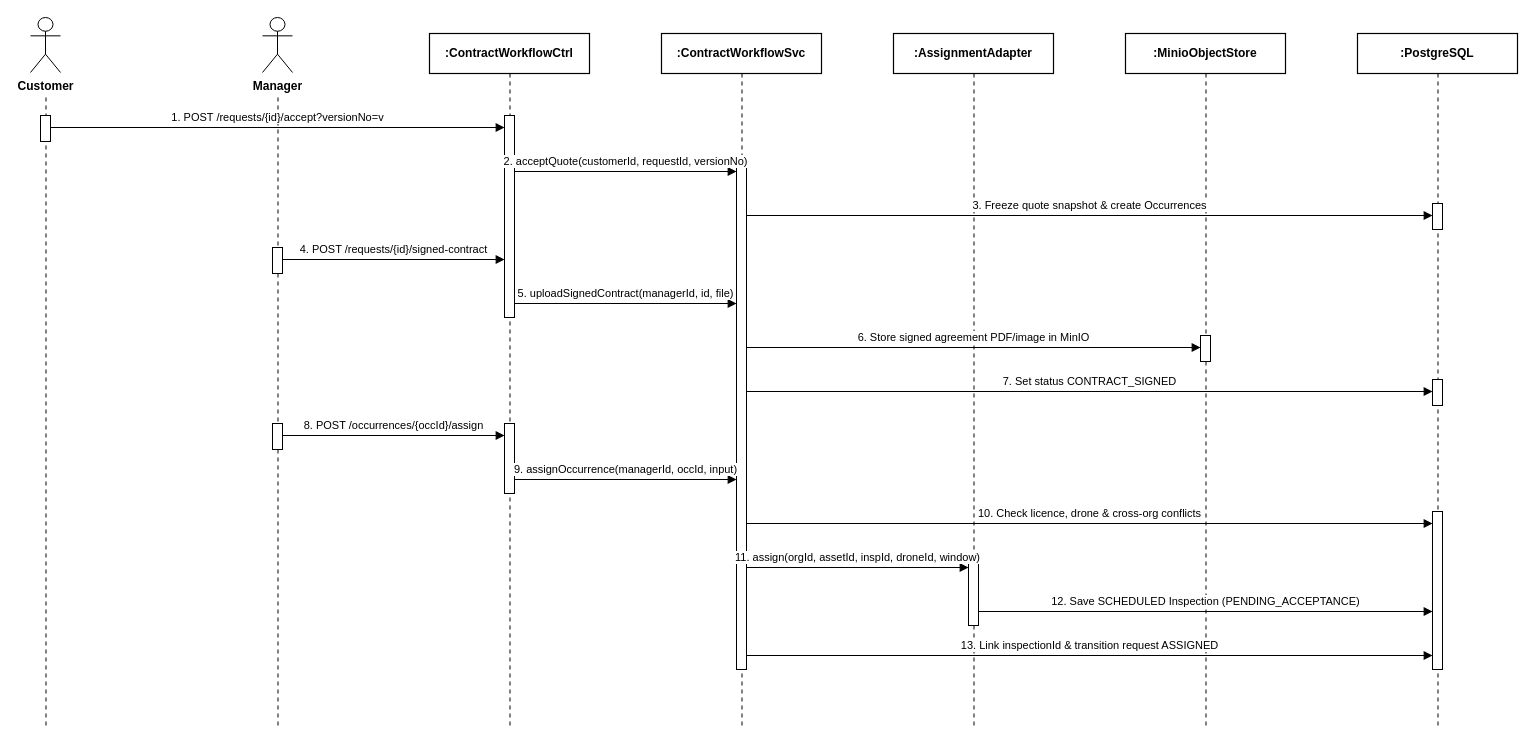
Before: page "FE-09 - Quote Acceptance & Dispatch" (10 of 26) of diagrams/smartdrone-sequence-diagrams.drawio in tungbach12/SmartDroneInspection-Docs, a draw.io diagram. Source tidied: cells renumbered, new cells numbered last; positions are measured from the earlier drawing's top-left corner, leaving out a move shared by most shapes. Both pictures are drawn from the tidied source at 100%, with x=0, y=0 at pixel (30, 17).
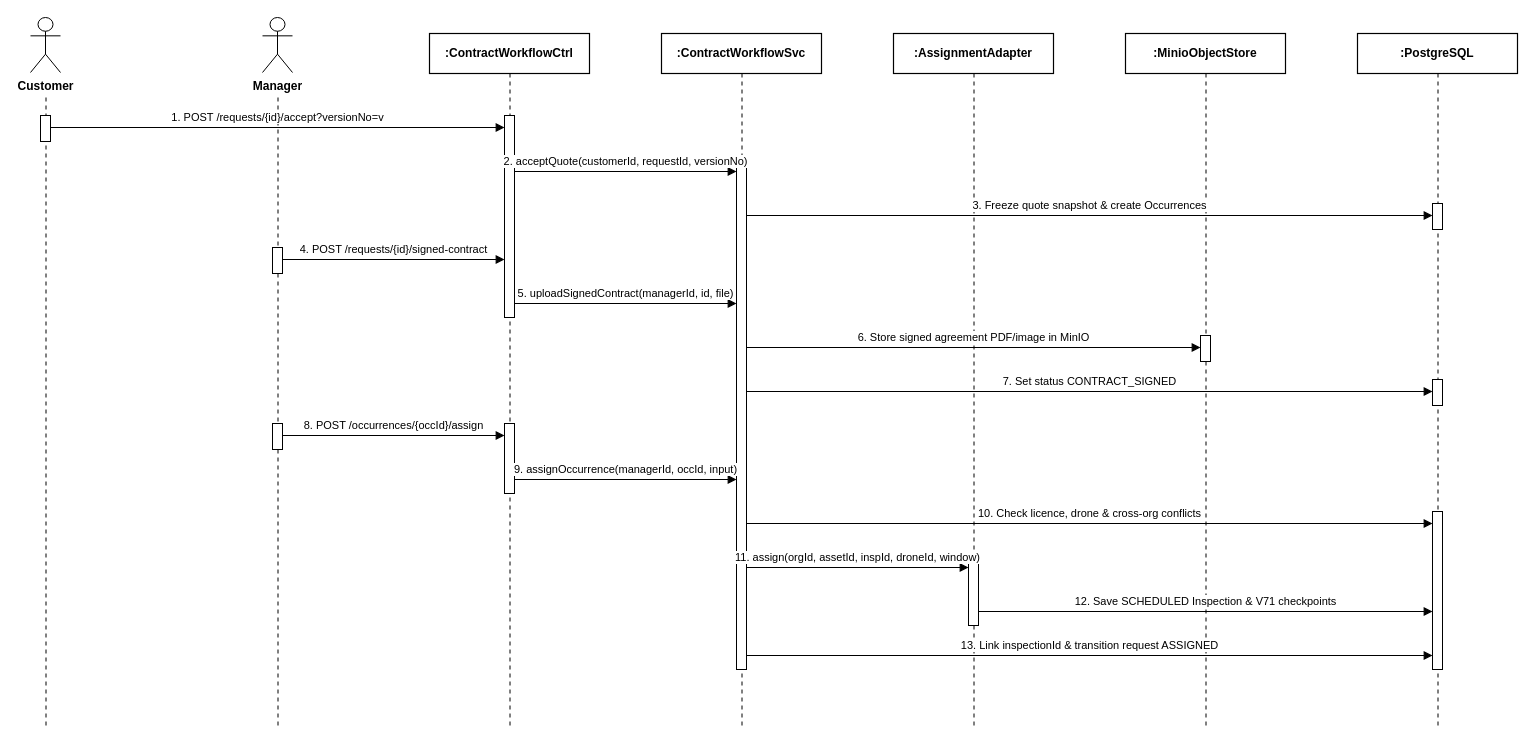
After the change.

The change refers to these unchanged cells:
```xml
<mxCell id="22" style="rounded=0;whiteSpace=wrap;html=1;fillColor=#ffffff;strokeColor=#000000;strokeWidth=1;" parent="1" vertex="1">
  <mxGeometry x="938" y="538" width="10" height="70" as="geometry" />
</mxCell>
<mxCell id="26" style="rounded=0;whiteSpace=wrap;html=1;fillColor=#ffffff;strokeColor=#000000;strokeWidth=1;" parent="1" vertex="1">
  <mxGeometry x="1402" y="494" width="10" height="158" as="geometry" />
</mxCell>
```

What changed in the source:
```diff
@@
-    <mxCell id="38" value="12. Save SCHEDULED Inspection (PENDING_ACCEPTANCE)" style="edgeStyle=orthogonalEdgeStyle;rounded=0;html=1;endArrow=block;endFill=1;strokeColor=#000000;strokeWidth=1.1;fontColor=#000000;fontFamily=Helvetica;fontSize=11;labelBackgroundColor=#ffffff;exitX=1;exitY=0.8000;exitDx=0;exitDy=0;entryX=0;entryY=0.6329;entryDx=0;entryDy=0;" parent="1" edge="1" source="22" target="26">
+    <mxCell id="38" value="12. Save SCHEDULED Inspection &amp; V71 checkpoints" style="edgeStyle=orthogonalEdgeStyle;rounded=0;html=1;endArrow=block;endFill=1;strokeColor=#000000;strokeWidth=1.1;fontColor=#000000;fontFamily=Helvetica;fontSize=11;labelBackgroundColor=#ffffff;exitX=1;exitY=0.8000;exitDx=0;exitDy=0;entryX=0;entryY=0.6329;entryDx=0;entryDy=0;" parent="1" edge="1" source="22" target="26">
       <mxGeometry relative="1" as="geometry">
         <mxPoint y="-10" as="offset" />
       </mxGeometry>
     </mxCell>
```
